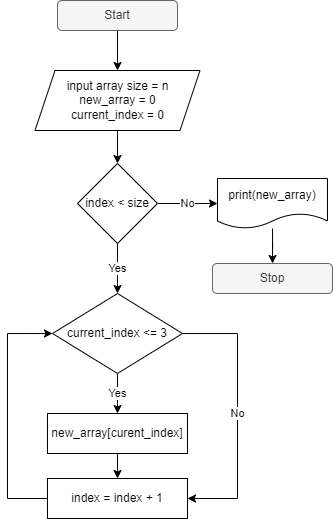
This is Блок-схема.png from viktorNokk/1st_quarter_test, a draw.io export, as it was before one commit. Source tidied: cells renumbered, new cells last; positions are measured from the earlier drawing's top-left corner, leaving out a move shared by most shapes.
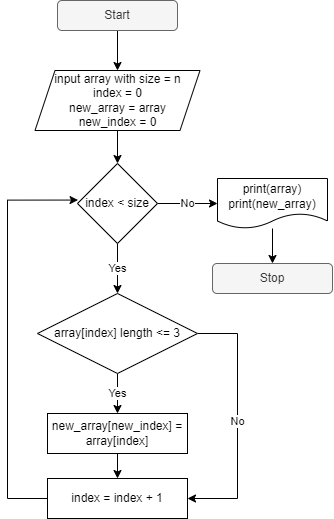
The same file after the commit.

Commit message:
corrected scheme

What changed in the source:
```diff
@@ -11,7 +11,7 @@
     <mxCell id="4" style="edgeStyle=orthogonalEdgeStyle;rounded=0;jettySize=auto;html=1;" parent="1" edge="1" source="5" target="8">
       <mxGeometry relative="1" as="geometry" />
     </mxCell>
-    <mxCell id="5" value="input array size = n&lt;br&gt;new_array = 0&lt;br&gt;current_index = 0" style="shape=parallelogram;perimeter=parallelogramPerimeter;whiteSpace=wrap;html=1;fixedSize=1;" parent="1" vertex="1">
+    <mxCell id="5" value="input array with size = n&lt;br&gt;index = 0&lt;br&gt;new_array = array&lt;br&gt;new_index = 0" style="shape=parallelogram;perimeter=parallelogramPerimeter;whiteSpace=wrap;html=1;fixedSize=1;" parent="1" vertex="1">
       <mxGeometry x="27.5" y="70" width="165" height="60" as="geometry" />
     </mxCell>
     <mxCell id="6" value="Yes" style="edgeStyle=orthogonalEdgeStyle;rounded=0;jettySize=auto;html=1;" parent="1" edge="1" source="8" target="11">
@@ -34,13 +34,13 @@
         </Array>
       </mxGeometry>
     </mxCell>
-    <mxCell id="11" value="current_index &amp;lt;= 3" style="rhombus;whiteSpace=wrap;html=1;" parent="1" vertex="1">
-      <mxGeometry x="45" y="293" width="130" height="80" as="geometry" />
+    <mxCell id="11" value="array[index] length &amp;lt;= 3" style="rhombus;whiteSpace=wrap;html=1;" parent="1" vertex="1">
+      <mxGeometry x="30" y="293" width="160" height="80" as="geometry" />
     </mxCell>
     <mxCell id="12" style="edgeStyle=orthogonalEdgeStyle;rounded=0;jettySize=auto;html=1;" parent="1" edge="1" source="13" target="14">
       <mxGeometry relative="1" as="geometry" />
     </mxCell>
-    <mxCell id="13" value="print(new_array)" style="shape=document;whiteSpace=wrap;html=1;boundedLbl=1;" parent="1" vertex="1">
+    <mxCell id="13" value="print(array)&lt;br&gt;print(new_array)" style="shape=document;whiteSpace=wrap;html=1;boundedLbl=1;" parent="1" vertex="1">
       <mxGeometry x="210" y="178" width="110" height="50" as="geometry" />
     </mxCell>
     <mxCell id="14" value="Stop" style="rounded=1;whiteSpace=wrap;html=1;fillColor=#f5f5f5;fontColor=#333333;strokeColor=#666666;" parent="1" vertex="1">
@@ -49,14 +49,14 @@
     <mxCell id="15" style="edgeStyle=orthogonalEdgeStyle;rounded=0;jettySize=auto;html=1;" parent="1" edge="1" source="16" target="18">
       <mxGeometry relative="1" as="geometry" />
     </mxCell>
-    <mxCell id="16" value="&lt;span style=&quot;&quot;&gt;new_array[curent_index]&lt;/span&gt;" style="rounded=0;whiteSpace=wrap;html=1;" parent="1" vertex="1">
+    <mxCell id="16" value="&lt;span style=&quot;&quot;&gt;new_array[new_index] = array[index]&lt;/span&gt;" style="rounded=0;whiteSpace=wrap;html=1;" parent="1" vertex="1">
       <mxGeometry x="40" y="413" width="140" height="40" as="geometry" />
     </mxCell>
-    <mxCell id="17" style="edgeStyle=orthogonalEdgeStyle;rounded=0;jettySize=auto;html=1;entryX=0;entryY=0.5;entryDx=0;entryDy=0;" parent="1" edge="1" source="18" target="11">
+    <mxCell id="17" style="edgeStyle=orthogonalEdgeStyle;rounded=0;jettySize=auto;html=1;entryX=0.007;entryY=0.457;entryDx=0;entryDy=0;entryPerimeter=0;" parent="1" edge="1" source="18" target="8">
       <mxGeometry relative="1" as="geometry">
         <Array as="points">
           <mxPoint y="498" />
-          <mxPoint y="333" />
+          <mxPoint y="200" />
         </Array>
       </mxGeometry>
     </mxCell>
```
